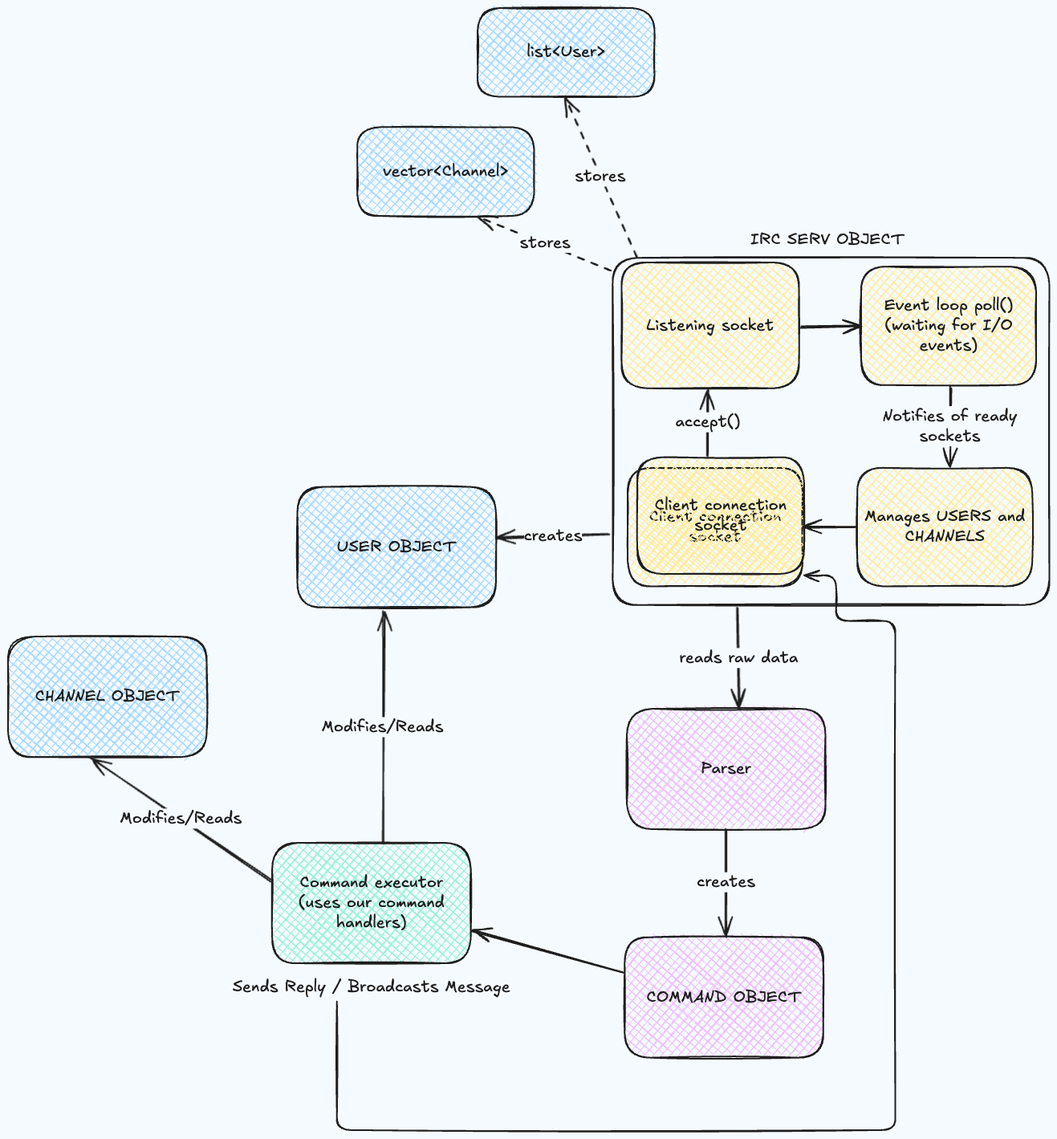
Above: schema.excalidraw.png in Grihladin/42HN-IRC-server (Excalidraw), before the change. Source tidied: one line per element, renumbered; positions are measured from the earlier drawing's top-left corner, leaving out a move shared by most shapes.
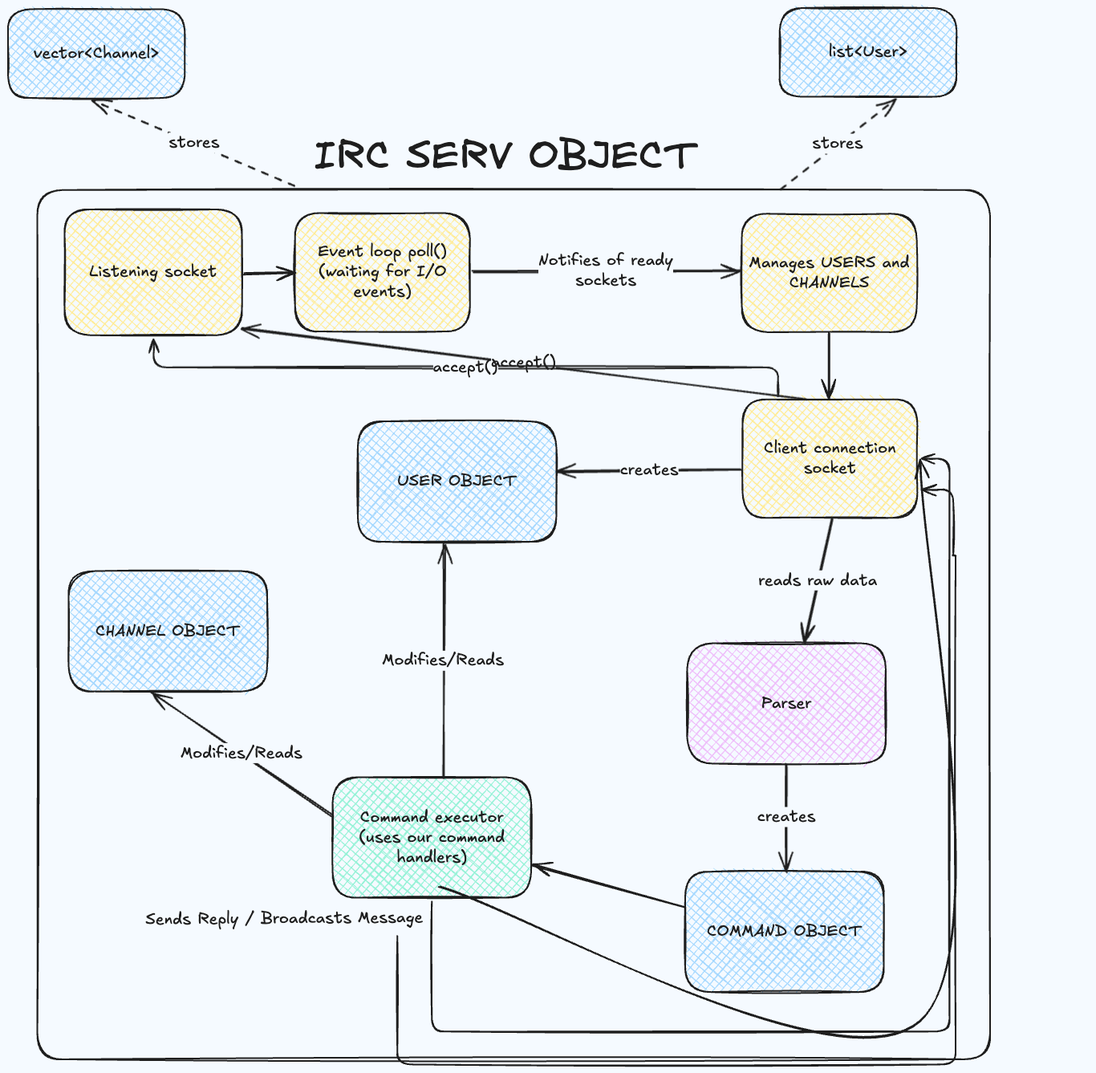
The same file after the commit.

Commit message:
improove prject schema

The edit, as a diff of the source:
```diff
@@ -1,13 +1,13 @@
-{"id": 0, "type": "rectangle", "strokeColor": "#1e1e1e", "backgroundColor": "#ffec99", "fillStyle": "cross-hatch", "strokeWidth": 2, "roughness": 1, "round": true, "x": 764, "y": 317, "width": 221, "height": 157}
+{"id": 0, "type": "rectangle", "strokeColor": "#1e1e1e", "backgroundColor": "#ffec99", "fillStyle": "cross-hatch", "strokeWidth": 2, "roughness": 1, "round": true, "x": -5, "y": 332, "width": 221, "height": 157}
-{"id": 1, "type": "text", "text": "Listening socket", "strokeColor": "#1e1e1e", "backgroundColor": "#ffffff", "fillStyle": "solid", "strokeWidth": 2, "roughness": 1, "fontSize": 20, "fontFamily": 5, "textAlign": "center", "verticalAlign": "middle", "inside": 0, "x": 796, "y": 383, "width": 159, "height": 25}
+{"id": 1, "type": "text", "text": "Listening socket", "strokeColor": "#1e1e1e", "backgroundColor": "#ffffff", "fillStyle": "solid", "strokeWidth": 2, "roughness": 1, "fontSize": 20, "fontFamily": 5, "textAlign": "center", "verticalAlign": "middle", "inside": 0, "x": 26, "y": 398, "width": 159, "height": 25}
-{"id": 2, "type": "rectangle", "strokeColor": "#1e1e1e", "backgroundColor": "#ffec99", "fillStyle": "cross-hatch", "strokeWidth": 2, "roughness": 1, "round": true, "x": 1063, "y": 322, "width": 218, "height": 148}
+{"id": 2, "type": "rectangle", "strokeColor": "#1e1e1e", "backgroundColor": "#ffec99", "fillStyle": "cross-hatch", "strokeWidth": 2, "roughness": 1, "round": true, "x": 282, "y": 337, "width": 218, "height": 148}
-{"id": 3, "type": "text", "text": "Event loop poll()\n(waiting for I/O\nevents)", "strokeColor": "#1e1e1e", "backgroundColor": "#ffffff", "fillStyle": "solid", "strokeWidth": 2, "roughness": 1, "fontSize": 20, "fontFamily": 5, "textAlign": "center", "verticalAlign": "middle", "inside": 2, "x": 1092, "y": 358, "width": 161, "height": 75}
+{"id": 3, "type": "text", "text": "Event loop poll()\n(waiting for I/O\nevents)", "strokeColor": "#1e1e1e", "backgroundColor": "#ffffff", "fillStyle": "solid", "strokeWidth": 2, "roughness": 1, "fontSize": 20, "fontFamily": 5, "textAlign": "center", "verticalAlign": "middle", "inside": 2, "x": 311, "y": 373, "width": 161, "height": 75}
-{"id": 4, "type": "rectangle", "strokeColor": "#1e1e1e", "backgroundColor": "#ffec99", "fillStyle": "cross-hatch", "strokeWidth": 2, "roughness": 1, "round": true, "x": 1058, "y": 573, "width": 218, "height": 148}
+{"id": 4, "type": "rectangle", "strokeColor": "#1e1e1e", "backgroundColor": "#ffec99", "fillStyle": "cross-hatch", "strokeWidth": 2, "roughness": 1, "round": true, "x": 839, "y": 338, "width": 218, "height": 148}
-{"id": 5, "type": "text", "text": "Manages USERS and\nCHANNELS", "strokeColor": "#1e1e1e", "backgroundColor": "#ffffff", "fillStyle": "solid", "strokeWidth": 2, "roughness": 1, "fontSize": 20, "fontFamily": 5, "textAlign": "center", "verticalAlign": "middle", "inside": 4, "x": 1067, "y": 622, "width": 200, "height": 50}
+{"id": 5, "type": "text", "text": "Manages USERS and\nCHANNELS", "strokeColor": "#1e1e1e", "backgroundColor": "#ffffff", "fillStyle": "solid", "strokeWidth": 2, "roughness": 1, "fontSize": 20, "fontFamily": 5, "textAlign": "center", "verticalAlign": "middle", "inside": 4, "x": 848, "y": 387, "width": 200, "height": 50}
-{"id": 6, "type": "rectangle", "strokeColor": "#1e1e1e", "backgroundColor": "#ffec99", "fillStyle": "cross-hatch", "strokeWidth": 2, "roughness": 1, "round": true, "x": 772, "y": 573, "width": 218, "height": 148}
+{"id": 6, "type": "rectangle", "strokeColor": "#1e1e1e", "backgroundColor": "#ffec99", "fillStyle": "cross-hatch", "strokeWidth": 2, "roughness": 1, "round": true, "x": 840, "y": 569, "width": 218, "height": 148}
-{"id": 7, "type": "text", "text": "Client connection\nsocket", "strokeColor": "#1e1e1e", "backgroundColor": "#ffffff", "fillStyle": "solid", "strokeWidth": 2, "roughness": 1, "fontSize": 20, "fontFamily": 5, "textAlign": "center", "verticalAlign": "middle", "inside": 6, "x": 799, "y": 622, "width": 165, "height": 50}
+{"id": 7, "type": "text", "text": "Client connection\nsocket", "strokeColor": "#1e1e1e", "backgroundColor": "#ffffff", "fillStyle": "solid", "strokeWidth": 2, "roughness": 1, "fontSize": 20, "fontFamily": 5, "textAlign": "center", "verticalAlign": "middle", "inside": 6, "x": 867, "y": 618, "width": 165, "height": 50}
 {"id": 8, "type": "rectangle", "strokeColor": "#1e1e1e", "backgroundColor": "#eebefa", "fillStyle": "cross-hatch", "strokeWidth": 2, "roughness": 1, "round": true, "x": 771, "y": 873, "width": 248, "height": 150}
 {"id": 9, "type": "text", "text": "Parser", "strokeColor": "#1e1e1e", "backgroundColor": "#ffffff", "fillStyle": "solid", "strokeWidth": 2, "roughness": 1, "fontSize": 20, "fontFamily": 5, "textAlign": "center", "verticalAlign": "middle", "inside": 8, "x": 863, "y": 936, "width": 63, "height": 25}
-{"id": 10, "type": "rectangle", "strokeColor": "#1e1e1e", "backgroundColor": "#eebefa", "fillStyle": "cross-hatch", "strokeWidth": 2, "roughness": 1, "round": true, "x": 768, "y": 1158, "width": 248, "height": 150}
+{"id": 10, "type": "rectangle", "strokeColor": "#1e1e1e", "backgroundColor": "#a5d8ff", "fillStyle": "cross-hatch", "strokeWidth": 2, "roughness": 1, "round": true, "x": 768, "y": 1158, "width": 248, "height": 150}
-{"id": 11, "type": "text", "text": "COMMAND OBJECT", "strokeColor": "#1e1e1e", "backgroundColor": "#ffffff", "fillStyle": "solid", "strokeWidth": 2, "roughness": 1, "fontSize": 20, "fontFamily": 5, "textAlign": "center", "verticalAlign": "middle", "inside": 10, "x": 795, "y": 1220, "width": 193, "height": 25}
+{"id": 11, "type": "text", "text": "COMMAND OBJECT", "strokeColor": "#1e1e1e", "backgroundColor": "#ffffff", "fillStyle": "solid", "strokeWidth": 2, "roughness": 1, "fontSize": 20, "fontFamily": 5, "textAlign": "center", "verticalAlign": "middle", "inside": 10, "x": 796, "y": 1220, "width": 193, "height": 25}
 {"id": 12, "type": "rectangle", "strokeColor": "#1e1e1e", "backgroundColor": "#96f2d7", "fillStyle": "cross-hatch", "strokeWidth": 2, "roughness": 1, "round": true, "x": 329, "y": 1040, "width": 248, "height": 150}
@@ -18,30 +18,30 @@
 {"id": 17, "type": "text", "text": "CHANNEL OBJECT", "strokeColor": "#1e1e1e", "backgroundColor": "#ffffff", "fillStyle": "solid", "strokeWidth": 2, "roughness": 1, "fontSize": 20, "fontFamily": 5, "textAlign": "center", "verticalAlign": "middle", "inside": 16, "x": 34, "y": 846, "width": 180, "height": 25}
-{"id": 18, "type": "arrow", "strokeColor": "#1e1e1e", "backgroundColor": "#ffec99", "fillStyle": "cross-hatch", "strokeWidth": 2, "roughness": 1, "endArrowhead": "arrow", "round": true, "to": 0, "x": 871, "y": 557, "width": 2, "height": 82, "points": [[0, 0], [2, -82]]}
-{"id": 19, "type": "text", "text": "accept()", "strokeColor": "#1e1e1e", "backgroundColor": "#a5d8ff", "fillStyle": "cross-hatch", "strokeWidth": 2, "roughness": 1, "fontSize": 20, "fontFamily": 5, "textAlign": "center", "verticalAlign": "middle", "inside": 18, "x": 855, "y": 521, "width": 81, "height": 25}
-{"id": 20, "type": "arrow", "strokeColor": "#1e1e1e", "backgroundColor": "#ffec99", "fillStyle": "cross-hatch", "strokeWidth": 2, "roughness": 1, "endArrowhead": "arrow", "round": true, "from": 33, "to": 14, "x": 749, "y": 655, "width": 141, "height": 6, "points": [[0, 0], [-141, 6]]}
+{"id": 20, "type": "arrow", "strokeColor": "#1e1e1e", "backgroundColor": "#ffec99", "fillStyle": "cross-hatch", "strokeWidth": 2, "roughness": 1, "endArrowhead": "arrow", "round": true, "from": 6, "to": 14, "x": 839, "y": 656, "width": 230, "height": 4, "points": [[0, 0], [-230, 4]]}
 {"id": 21, "type": "text", "text": "creates", "strokeColor": "#1e1e1e", "backgroundColor": "#a5d8ff", "fillStyle": "cross-hatch", "strokeWidth": 2, "roughness": 1, "fontSize": 20, "fontFamily": 5, "textAlign": "center", "verticalAlign": "middle", "inside": 20, "x": 643, "y": 645, "width": 73, "height": 25}
-{"id": 22, "type": "arrow", "strokeColor": "#1e1e1e", "backgroundColor": "#eebefa", "fillStyle": "cross-hatch", "strokeWidth": 2, "roughness": 1, "endArrowhead": "arrow", "round": true, "from": 33, "to": 8, "x": 909, "y": 746, "width": 4, "height": 126, "points": [[0, 0], [4, 126]]}
+{"id": 22, "type": "arrow", "strokeColor": "#1e1e1e", "backgroundColor": "#eebefa", "fillStyle": "cross-hatch", "strokeWidth": 2, "roughness": 1, "endArrowhead": "arrow", "round": true, "from": 6, "to": 8, "x": 950, "y": 717, "width": 33, "height": 155, "points": [[0, 0], [-33, 155]]}
-{"id": 23, "type": "text", "text": "reads raw data", "strokeColor": "#1e1e1e", "backgroundColor": "#eebefa", "fillStyle": "cross-hatch", "strokeWidth": 2, "roughness": 1, "fontSize": 20, "fontFamily": 5, "textAlign": "center", "verticalAlign": "middle", "inside": 22, "x": 836, "y": 797, "width": 148, "height": 25}
+{"id": 23, "type": "text", "text": "reads raw data", "strokeColor": "#1e1e1e", "backgroundColor": "#eebefa", "fillStyle": "cross-hatch", "strokeWidth": 2, "roughness": 1, "fontSize": 20, "fontFamily": 5, "textAlign": "center", "verticalAlign": "middle", "inside": 22, "x": 828, "y": 777, "width": 148, "height": 25}
-{"id": 24, "type": "arrow", "strokeColor": "#1e1e1e", "backgroundColor": "#eebefa", "fillStyle": "cross-hatch", "strokeWidth": 2, "roughness": 1, "endArrowhead": "arrow", "round": true, "from": 8, "to": 10, "x": 894, "y": 1023, "width": 1, "height": 132, "points": [[0, 0], [1, 132]]}
+{"id": 24, "type": "arrow", "strokeColor": "#1e1e1e", "backgroundColor": "#eebefa", "fillStyle": "cross-hatch", "strokeWidth": 2, "roughness": 1, "endArrowhead": "arrow", "round": true, "from": 8, "to": 10, "x": 894, "y": 1024, "width": 1, "height": 133, "points": [[0, 0], [1, 133]]}
 {"id": 25, "type": "text", "text": "creates", "strokeColor": "#1e1e1e", "backgroundColor": "#eebefa", "fillStyle": "cross-hatch", "strokeWidth": 2, "roughness": 1, "fontSize": 20, "fontFamily": 5, "textAlign": "center", "verticalAlign": "middle", "inside": 24, "x": 858, "y": 1076, "width": 73, "height": 25}
-{"id": 26, "type": "arrow", "strokeColor": "#1e1e1e", "backgroundColor": "#96f2d7", "fillStyle": "cross-hatch", "strokeWidth": 2, "roughness": 1, "endArrowhead": "arrow", "round": true, "from": 10, "to": 12, "x": 766, "y": 1201, "width": 189, "height": 52, "points": [[0, 0], [-189, -52]]}
+{"id": 26, "type": "arrow", "strokeColor": "#1e1e1e", "backgroundColor": "#96f2d7", "fillStyle": "cross-hatch", "strokeWidth": 2, "roughness": 1, "endArrowhead": "arrow", "round": true, "from": 10, "to": 12, "x": 767, "y": 1201, "width": 189, "height": 52, "points": [[0, 0], [-189, -52]]}
-{"id": 27, "type": "arrow", "strokeColor": "#1e1e1e", "backgroundColor": "#96f2d7", "fillStyle": "cross-hatch", "strokeWidth": 2, "roughness": 1, "endArrowhead": "arrow", "round": true, "from": 12, "to": 16, "x": 328, "y": 1086, "width": 225, "height": 152, "points": [[0, 0], [-225, -152]]}
+{"id": 27, "type": "arrow", "strokeColor": "#1e1e1e", "backgroundColor": "#96f2d7", "fillStyle": "cross-hatch", "strokeWidth": 2, "roughness": 1, "endArrowhead": "arrow", "round": true, "from": 12, "to": 16, "x": 328, "y": 1087, "width": 225, "height": 152, "points": [[0, 0], [-225, -152]]}
 {"id": 28, "type": "text", "text": "Modifies/Reads", "strokeColor": "#1e1e1e", "backgroundColor": "#96f2d7", "fillStyle": "cross-hatch", "strokeWidth": 2, "roughness": 1, "fontSize": 20, "fontFamily": 5, "textAlign": "center", "verticalAlign": "middle", "inside": 27, "x": 1492, "y": 1079, "width": 152, "height": 25}
-{"id": 29, "type": "arrow", "strokeColor": "#1e1e1e", "backgroundColor": "#96f2d7", "fillStyle": "cross-hatch", "strokeWidth": 2, "roughness": 1, "endArrowhead": "arrow", "round": true, "to": 14, "x": 466, "y": 1040, "width": 1, "height": 288, "points": [[0, 0], [1, -288]]}
+{"id": 29, "type": "arrow", "strokeColor": "#1e1e1e", "backgroundColor": "#96f2d7", "fillStyle": "cross-hatch", "strokeWidth": 2, "roughness": 1, "endArrowhead": "arrow", "round": true, "to": 14, "x": 466, "y": 1040, "width": 1, "height": 291, "points": [[0, 0], [1, -291]]}
-{"id": 30, "type": "text", "text": "Modifies/Reads", "strokeColor": "#1e1e1e", "backgroundColor": "#96f2d7", "fillStyle": "cross-hatch", "strokeWidth": 2, "roughness": 1, "fontSize": 20, "fontFamily": 5, "textAlign": "center", "verticalAlign": "middle", "inside": 29, "x": 1502, "y": 1089, "width": 152, "height": 25}
+{"id": 30, "type": "text", "text": "Modifies/Reads", "strokeColor": "#1e1e1e", "backgroundColor": "#96f2d7", "fillStyle": "cross-hatch", "strokeWidth": 2, "roughness": 1, "fontSize": 20, "fontFamily": 5, "textAlign": "center", "verticalAlign": "middle", "inside": 29, "x": 391, "y": 883, "width": 152, "height": 25}
-{"id": 31, "type": "arrow", "strokeColor": "#1e1e1e", "backgroundColor": "#96f2d7", "fillStyle": "cross-hatch", "strokeWidth": 2, "roughness": 1, "endArrowhead": "arrow", "from": 32, "to": 33, "x": 410, "y": 1238, "width": 696, "height": 691, "points": [[0, 0], [0, 160], [696, 160], [696, -474], [622, -474], [622, -531], [582, -531]]}
-{"id": 32, "type": "text", "text": "Sends Reply / Broadcasts Message", "strokeColor": "#1e1e1e", "backgroundColor": "#96f2d7", "fillStyle": "cross-hatch", "strokeWidth": 2, "roughness": 1, "fontSize": 20, "fontFamily": 5, "x": 280, "y": 1208, "width": 346, "height": 25}
+{"id": 32, "type": "text", "text": "Sends Reply / Broadcasts Message", "strokeColor": "#1e1e1e", "angle": 6.28, "backgroundColor": "#96f2d7", "fillStyle": "cross-hatch", "strokeWidth": 2, "roughness": 1, "fontSize": 20, "fontFamily": 5, "x": 96, "y": 1204, "width": 346, "height": 25}
-{"id": 33, "type": "rectangle", "strokeColor": "#1e1e1e", "strokeWidth": 2, "roughness": 1, "round": true, "x": 753, "y": 311, "width": 544, "height": 433}
+{"id": 33, "type": "rectangle", "strokeColor": "#1e1e1e", "strokeWidth": 2, "roughness": 1, "round": true, "x": -39, "y": 308, "width": 1188, "height": 1083}
-{"id": 34, "type": "text", "text": "IRC SERV OBJECT", "strokeColor": "#1e1e1e", "strokeWidth": 2, "roughness": 1, "fontSize": 20, "fontFamily": 5, "x": 925, "y": 276, "width": 192, "height": 25}
+{"id": 34, "type": "text", "text": "IRC SERV OBJECT", "strokeColor": "#1e1e1e", "strokeWidth": 2, "roughness": 1, "fontSize": 49.76, "fontFamily": 5, "x": 306, "y": 236, "width": 478, "height": 62}
-{"id": 35, "type": "rectangle", "strokeColor": "#1e1e1e", "backgroundColor": "#a5d8ff", "fillStyle": "cross-hatch", "strokeWidth": 2, "roughness": 1, "round": true, "x": 435, "y": 148, "width": 220, "height": 111}
+{"id": 35, "type": "rectangle", "strokeColor": "#1e1e1e", "backgroundColor": "#a5d8ff", "fillStyle": "cross-hatch", "strokeWidth": 2, "roughness": 1, "round": true, "x": -75, "y": 83, "width": 220, "height": 111}
-{"id": 36, "type": "text", "text": "vector<Channel>", "strokeColor": "#1e1e1e", "strokeWidth": 2, "roughness": 1, "fontSize": 20, "fontFamily": 5, "textAlign": "center", "verticalAlign": "middle", "inside": 35, "x": 467, "y": 191, "width": 156, "height": 25}
+{"id": 36, "type": "text", "text": "vector<Channel>", "strokeColor": "#1e1e1e", "strokeWidth": 2, "roughness": 1, "fontSize": 20, "fontFamily": 5, "textAlign": "center", "verticalAlign": "middle", "inside": 35, "x": -43, "y": 126, "width": 156, "height": 25}
-{"id": 37, "type": "rectangle", "strokeColor": "#1e1e1e", "backgroundColor": "#a5d8ff", "fillStyle": "cross-hatch", "strokeWidth": 2, "roughness": 1, "round": true, "x": 585, "y": 0, "width": 220, "height": 111}
+{"id": 37, "type": "rectangle", "strokeColor": "#1e1e1e", "backgroundColor": "#a5d8ff", "fillStyle": "cross-hatch", "strokeWidth": 2, "roughness": 1, "round": true, "x": 886, "y": 82, "width": 220, "height": 111}
-{"id": 38, "type": "text", "text": "list<User>", "strokeColor": "#1e1e1e", "strokeWidth": 2, "roughness": 1, "fontSize": 20, "fontFamily": 5, "textAlign": "center", "verticalAlign": "middle", "inside": 37, "x": 646, "y": 43, "width": 98, "height": 25}
+{"id": 38, "type": "text", "text": "list<User>", "strokeColor": "#1e1e1e", "strokeWidth": 2, "roughness": 1, "fontSize": 20, "fontFamily": 5, "textAlign": "center", "verticalAlign": "middle", "inside": 37, "x": 948, "y": 124, "width": 98, "height": 25}
-{"id": 39, "type": "arrow", "strokeColor": "#1e1e1e", "strokeWidth": 2, "strokeStyle": "dashed", "roughness": 1, "endArrowhead": "arrow", "round": true, "from": 33, "to": 35, "x": 752, "y": 325, "width": 166, "height": 65, "points": [[0, 0], [-166, -65]]}
+{"id": 39, "type": "arrow", "strokeColor": "#1e1e1e", "strokeWidth": 2, "strokeStyle": "dashed", "roughness": 1, "endArrowhead": "arrow", "round": true, "from": 33, "to": 35, "x": 283, "y": 301, "width": 252, "height": 104, "points": [[0, 0], [-252, -104]]}
-{"id": 40, "type": "text", "text": "stores", "strokeColor": "#1e1e1e", "strokeWidth": 2, "strokeStyle": "dashed", "roughness": 1, "fontSize": 20, "fontFamily": 5, "textAlign": "center", "verticalAlign": "middle", "inside": 39, "x": 708, "y": 254, "width": 63, "height": 25}
+{"id": 40, "type": "text", "text": "stores", "strokeColor": "#1e1e1e", "strokeWidth": 2, "strokeStyle": "dashed", "roughness": 1, "fontSize": 20, "fontFamily": 5, "textAlign": "center", "verticalAlign": "middle", "inside": 39, "x": 231, "y": 236, "width": 63, "height": 25}
-{"id": 41, "type": "arrow", "strokeColor": "#1e1e1e", "strokeWidth": 2, "strokeStyle": "dashed", "roughness": 1, "endArrowhead": "arrow", "round": true, "from": 33, "to": 37, "x": 782, "y": 309, "width": 89, "height": 198, "points": [[0, 0], [-89, -198]]}
+{"id": 41, "type": "arrow", "strokeColor": "#1e1e1e", "strokeWidth": 2, "strokeStyle": "dashed", "roughness": 1, "endArrowhead": "arrow", "round": true, "from": 33, "to": 37, "x": 887, "y": 306, "width": 144, "height": 111, "points": [[0, 0], [144, -111]]}
-{"id": 42, "type": "text", "text": "stores", "strokeColor": "#1e1e1e", "strokeWidth": 2, "strokeStyle": "dashed", "roughness": 1, "fontSize": 20, "fontFamily": 5, "textAlign": "center", "verticalAlign": "middle", "inside": 41, "x": 1080, "y": 252, "width": 63, "height": 25}
+{"id": 42, "type": "text", "text": "stores", "strokeColor": "#1e1e1e", "strokeWidth": 2, "strokeStyle": "dashed", "roughness": 1, "fontSize": 20, "fontFamily": 5, "textAlign": "center", "verticalAlign": "middle", "inside": 41, "x": 1085, "y": 226, "width": 63, "height": 25}
-{"id": 43, "type": "arrow", "strokeColor": "#1e1e1e", "strokeWidth": 2, "roughness": 1, "endArrowhead": "arrow", "round": true, "from": 0, "to": 2, "x": 988, "y": 398, "width": 74, "height": 1, "points": [[0, 0], [74, -1]]}
+{"id": 43, "type": "arrow", "strokeColor": "#1e1e1e", "strokeWidth": 2, "roughness": 1, "endArrowhead": "arrow", "round": true, "from": 0, "to": 2, "x": 219, "y": 413, "width": 62, "height": 1, "points": [[0, 0], [62, -1]]}
-{"id": 44, "type": "arrow", "strokeColor": "#1e1e1e", "strokeWidth": 2, "roughness": 1, "endArrowhead": "arrow", "round": true, "from": 2, "to": 4, "x": 1174, "y": 472, "width": 1, "height": 99, "points": [[0, 0], [-1, 99]]}
+{"id": 44, "type": "arrow", "strokeColor": "#1e1e1e", "strokeWidth": 2, "roughness": 1, "endArrowhead": "arrow", "round": true, "from": 2, "to": 4, "x": 503, "y": 409, "width": 333, "height": 1, "points": [[0, 0], [333, -1]]}
 {"id": 45, "type": "text", "text": "Notifies of ready\nsockets", "strokeColor": "#1e1e1e", "strokeWidth": 2, "roughness": 1, "fontSize": 20, "fontFamily": 5, "textAlign": "center", "verticalAlign": "middle", "inside": 44, "x": 1090, "y": 496, "width": 168, "height": 50}
-{"id": 46, "type": "arrow", "strokeColor": "#1e1e1e", "strokeWidth": 2, "roughness": 1, "endArrowhead": "arrow", "round": true, "from": 4, "to": 6, "x": 1056, "y": 646, "width": 65, "height": 0, "points": [[0, 0], [-65, 0]]}
+{"id": 46, "type": "arrow", "strokeColor": "#1e1e1e", "strokeWidth": 2, "roughness": 1, "endArrowhead": "arrow", "round": true, "from": 4, "to": 6, "x": 947, "y": 487, "width": 1, "height": 82, "points": [[0, 0], [1, 82]]}
+{"id": 47, "type": "arrow", "strokeColor": "#1e1e1e", "strokeWidth": 2, "roughness": 1, "endArrowhead": "arrow", "from": 12, "to": 6, "x": 453, "y": 1195, "width": 645, "height": 714, "points": [[0, 0], [0, 162], [645, 162], [645, -552], [610, -552]]}
+{"id": 48, "type": "arrow", "strokeColor": "#1e1e1e", "strokeWidth": 2, "roughness": 1, "endArrowhead": "arrow", "from": 6, "to": 0, "x": 884, "y": 565, "width": 778, "height": 71, "points": [[0, 0], [0, -36], [-778, -36], [-778, -71]]}
+{"id": 19, "type": "text", "text": "accept()", "strokeColor": "#1e1e1e", "strokeWidth": 2, "roughness": 1, "fontSize": 20, "fontFamily": 5, "textAlign": "center", "verticalAlign": "middle", "inside": 48, "x": 454, "y": 517, "width": 81, "height": 25}
```
